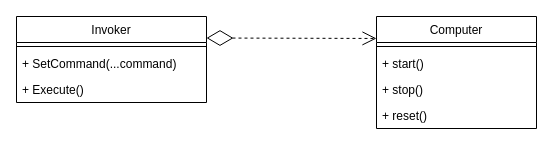
Earlier version of the draw.io diagram page "Command" (13 of 22) of UML Diagrams.drawio (victor2996/Patterns). Source tidied: cells renumbered, new cells numbered last; positions are measured from the earlier drawing's top-left corner, leaving out a move shared by most shapes. Both pictures are drawn from the tidied source at 100%, with x=0, y=0 at pixel (16, 16).
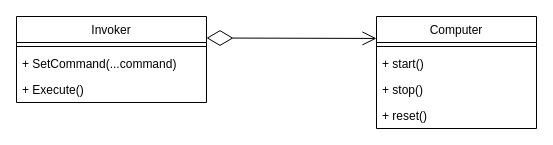
The same page after the edit.

Change to the diagram source:
```diff
@@
 <mxGraphModel>
   <root>
     <mxCell id="0" />
     <mxCell id="1" parent="0" />
     <mxCell id="2" value="Computer" style="swimlane;fontStyle=0;align=center;verticalAlign=top;horizontal=1;startSize=26;" parent="1" vertex="1">
       <mxGeometry x="360" width="160" height="112" as="geometry" />
     </mxCell>
     <mxCell id="3" style="line;strokeWidth=1;fillColor=none;align=left;verticalAlign=middle;spacingTop=-1;spacingLeft=3;spacingRight=3;labelPosition=right;" parent="2" vertex="1">
       <mxGeometry y="26" width="160" height="8" as="geometry" />
     </mxCell>
     <mxCell id="4" value="+ start()" style="text;strokeColor=none;fillColor=none;align=left;verticalAlign=top;spacingLeft=4;spacingRight=4;overflow=hidden;" parent="2" vertex="1">
       <mxGeometry y="34" width="160" height="26" as="geometry" />
     </mxCell>
     <mxCell id="5" value="+ stop()" style="text;strokeColor=none;fillColor=none;align=left;verticalAlign=top;spacingLeft=4;spacingRight=4;overflow=hidden;" parent="2" vertex="1">
       <mxGeometry y="60" width="160" height="26" as="geometry" />
     </mxCell>
     <mxCell id="6" value="+ reset()" style="text;strokeColor=none;fillColor=none;align=left;verticalAlign=top;spacingLeft=4;spacingRight=4;overflow=hidden;" parent="2" vertex="1">
       <mxGeometry y="86" width="160" height="26" as="geometry" />
     </mxCell>
     <mxCell id="7" value="Invoker" style="swimlane;fontStyle=0;align=center;verticalAlign=top;horizontal=1;startSize=26;" parent="1" vertex="1">
       <mxGeometry width="190" height="86" as="geometry" />
     </mxCell>
     <mxCell id="8" style="line;strokeWidth=1;fillColor=none;align=left;verticalAlign=middle;spacingTop=-1;spacingLeft=3;spacingRight=3;labelPosition=right;" parent="7" vertex="1">
       <mxGeometry y="26" width="190" height="8" as="geometry" />
     </mxCell>
     <mxCell id="9" value="+ SetCommand(...command) " style="text;strokeColor=none;fillColor=none;align=left;verticalAlign=top;spacingLeft=4;spacingRight=4;overflow=hidden;" parent="7" vertex="1">
       <mxGeometry y="34" width="190" height="26" as="geometry" />
     </mxCell>
     <mxCell id="10" value="+ Execute()" style="text;strokeColor=none;fillColor=none;align=left;verticalAlign=top;spacingLeft=4;spacingRight=4;overflow=hidden;" parent="7" vertex="1">
       <mxGeometry y="60" width="190" height="26" as="geometry" />
     </mxCell>
-    <mxCell id="11" style="endArrow=open;endFill=1;endSize=12;html=1;exitX=1;exitY=0.25;exitDx=0;exitDy=0;entryX=0;entryY=0.196;entryDx=0;entryDy=0;entryPerimeter=0;startArrow=diamondThin;startFill=0;startSize=24;dashed=1;" parent="1" edge="1" source="7" target="2">
+    <mxCell id="11" style="endArrow=open;endFill=1;endSize=12;html=1;exitX=1;exitY=0.25;exitDx=0;exitDy=0;entryX=0;entryY=0.196;entryDx=0;entryDy=0;entryPerimeter=0;startArrow=diamondThin;startFill=0;startSize=24;" parent="1" edge="1" source="7" target="2">
       <mxGeometry relative="1" as="geometry" />
     </mxCell>
   </root>
 </mxGraphModel>
```
